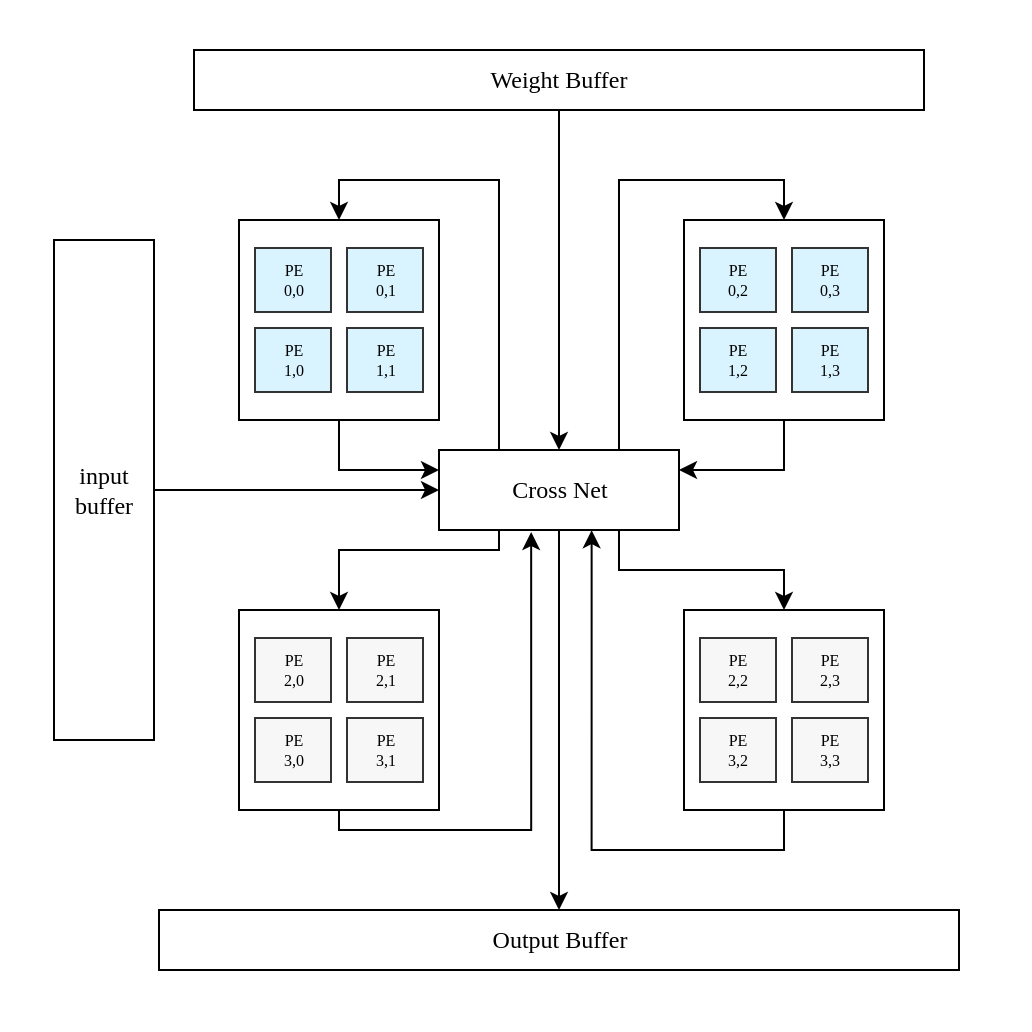
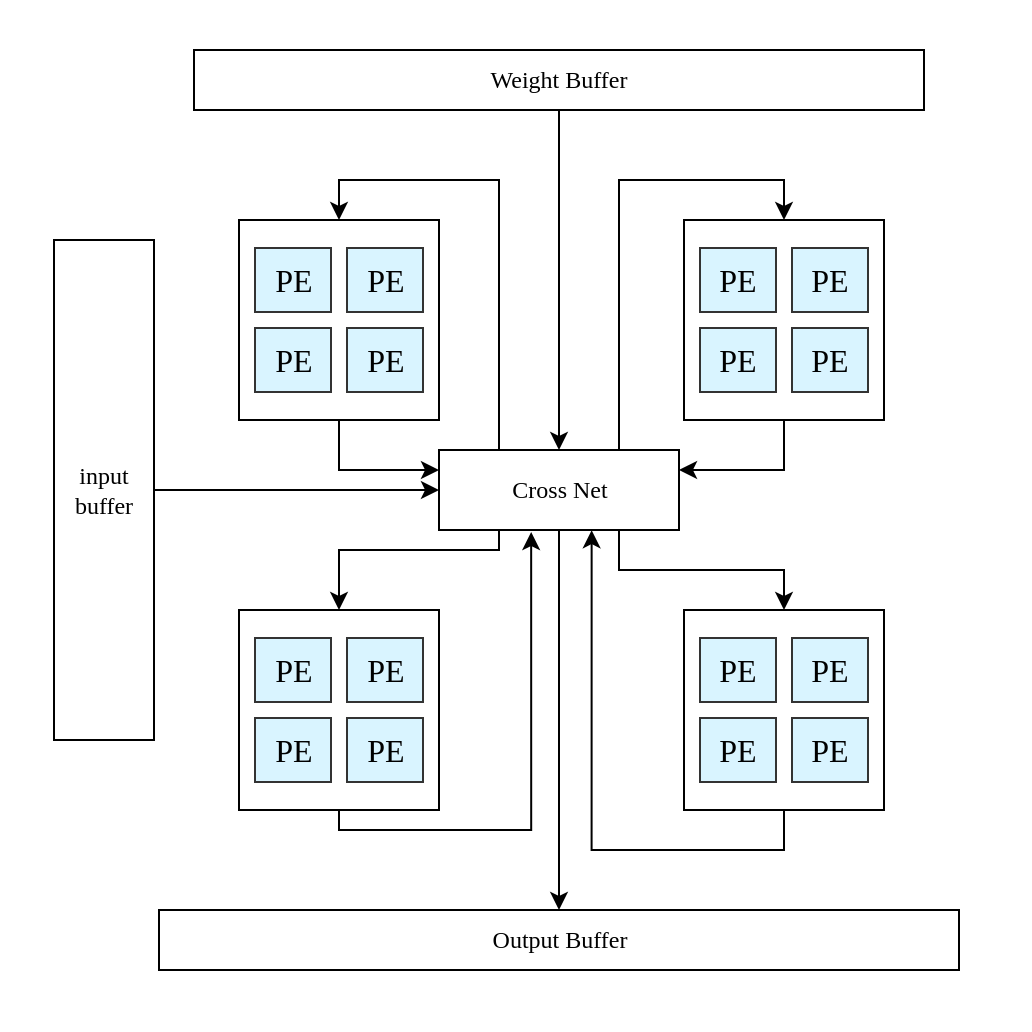
<mxfile host="app.diagrams.net">
  <diagram name="第 1 页" id="_HFZSgSbPxxRi5PtDGJk">
    <mxGraphModel dx="1407" dy="757" grid="1" gridSize="10" guides="1" tooltips="1" connect="1" arrows="1" fold="1" page="1" pageScale="1" pageWidth="827" pageHeight="1169" math="0" shadow="0">
      <root>
        <mxCell id="0" />
        <mxCell id="1" parent="0" />
        <mxCell id="C5uv6ifoiG0SLIn9MVDx-45" parent="1" style="whiteSpace=wrap;html=1;aspect=fixed;strokeColor=none;fontFamily=Times New Roman;" value="" vertex="1">
          <mxGeometry height="515" width="515" x="273" y="165" as="geometry" />
        </mxCell>
        <mxCell id="C5uv6ifoiG0SLIn9MVDx-1" connectable="0" parent="1" style="group;fontFamily=Times New Roman;" value="" vertex="1">
          <mxGeometry height="100" width="100" x="615" y="275" as="geometry" />
        </mxCell>
        <mxCell id="C5uv6ifoiG0SLIn9MVDx-2" parent="C5uv6ifoiG0SLIn9MVDx-1" style="whiteSpace=wrap;html=1;aspect=fixed;fontFamily=Times New Roman;" value="" vertex="1">
          <mxGeometry height="100" width="100" as="geometry" />
        </mxCell>
        <mxCell id="C5uv6ifoiG0SLIn9MVDx-3" connectable="0" parent="C5uv6ifoiG0SLIn9MVDx-1" style="group;fontFamily=Times New Roman;" value="" vertex="1">
          <mxGeometry height="72" width="84" x="8" y="14" as="geometry" />
        </mxCell>
-         <mxCell id="C5uv6ifoiG0SLIn9MVDx-4" parent="C5uv6ifoiG0SLIn9MVDx-3" style="whiteSpace=wrap;html=1;fillColor=#D9F4FF;strokeColor=#333333;strokeWidth=1;fontSize=8;fontStyle=0;rounded=0;fontFamily=Times New Roman;" value="PE&lt;br&gt;0,2" vertex="1">
+         <mxCell id="C5uv6ifoiG0SLIn9MVDx-4" parent="C5uv6ifoiG0SLIn9MVDx-3" style="whiteSpace=wrap;html=1;fillColor=#D9F4FF;strokeColor=#333333;strokeWidth=1;fontSize=8;fontStyle=0;rounded=0;fontFamily=Times New Roman;" value="&lt;span style=&quot;font-size: 16px;&quot;&gt;PE&lt;/span&gt;" vertex="1">
          <mxGeometry height="32" width="38" as="geometry" />
        </mxCell>
-         <mxCell id="C5uv6ifoiG0SLIn9MVDx-5" parent="C5uv6ifoiG0SLIn9MVDx-3" style="whiteSpace=wrap;html=1;fillColor=#D9F4FF;strokeColor=#333333;strokeWidth=1;fontSize=8;fontStyle=0;rounded=0;fontFamily=Times New Roman;" value="PE&lt;br&gt;0,3" vertex="1">
+         <mxCell id="C5uv6ifoiG0SLIn9MVDx-5" parent="C5uv6ifoiG0SLIn9MVDx-3" style="whiteSpace=wrap;html=1;fillColor=#D9F4FF;strokeColor=#333333;strokeWidth=1;fontSize=8;fontStyle=0;rounded=0;fontFamily=Times New Roman;" value="&lt;span style=&quot;font-size: 16px;&quot;&gt;PE&lt;/span&gt;" vertex="1">
          <mxGeometry height="32" width="38" x="46" as="geometry" />
        </mxCell>
-         <mxCell id="C5uv6ifoiG0SLIn9MVDx-6" parent="C5uv6ifoiG0SLIn9MVDx-3" style="whiteSpace=wrap;html=1;fillColor=#D9F4FF;strokeColor=#333333;strokeWidth=1;fontSize=8;fontStyle=0;rounded=0;fontFamily=Times New Roman;" value="PE&lt;br&gt;1,2" vertex="1">
+         <mxCell id="C5uv6ifoiG0SLIn9MVDx-6" parent="C5uv6ifoiG0SLIn9MVDx-3" style="whiteSpace=wrap;html=1;fillColor=#D9F4FF;strokeColor=#333333;strokeWidth=1;fontSize=8;fontStyle=0;rounded=0;fontFamily=Times New Roman;" value="&lt;span style=&quot;font-size: 16px;&quot;&gt;PE&lt;/span&gt;" vertex="1">
          <mxGeometry height="32" width="38" y="40" as="geometry" />
        </mxCell>
-         <mxCell id="C5uv6ifoiG0SLIn9MVDx-7" parent="C5uv6ifoiG0SLIn9MVDx-3" style="whiteSpace=wrap;html=1;fillColor=#D9F4FF;strokeColor=#333333;strokeWidth=1;fontSize=8;fontStyle=0;rounded=0;fontFamily=Times New Roman;" value="PE&lt;br&gt;1,3" vertex="1">
+         <mxCell id="C5uv6ifoiG0SLIn9MVDx-7" parent="C5uv6ifoiG0SLIn9MVDx-3" style="whiteSpace=wrap;html=1;fillColor=#D9F4FF;strokeColor=#333333;strokeWidth=1;fontSize=8;fontStyle=0;rounded=0;fontFamily=Times New Roman;" value="&lt;span style=&quot;font-size: 16px;&quot;&gt;PE&lt;/span&gt;" vertex="1">
          <mxGeometry height="32" width="38" x="46" y="40" as="geometry" />
        </mxCell>
        <mxCell id="C5uv6ifoiG0SLIn9MVDx-8" connectable="0" parent="1" style="group;fontFamily=Times New Roman;" value="" vertex="1">
          <mxGeometry height="100" width="100" x="392.5" y="275" as="geometry" />
        </mxCell>
        <mxCell id="C5uv6ifoiG0SLIn9MVDx-9" parent="C5uv6ifoiG0SLIn9MVDx-8" style="whiteSpace=wrap;html=1;aspect=fixed;fontFamily=Times New Roman;" value="" vertex="1">
          <mxGeometry height="100" width="100" as="geometry" />
        </mxCell>
        <mxCell id="C5uv6ifoiG0SLIn9MVDx-10" connectable="0" parent="C5uv6ifoiG0SLIn9MVDx-8" style="group;fontFamily=Times New Roman;" value="" vertex="1">
          <mxGeometry height="72" width="84" x="8" y="14" as="geometry" />
        </mxCell>
-         <mxCell id="C5uv6ifoiG0SLIn9MVDx-11" parent="C5uv6ifoiG0SLIn9MVDx-10" style="whiteSpace=wrap;html=1;fillColor=#D9F4FF;strokeColor=#333333;strokeWidth=1;fontSize=8;fontStyle=0;rounded=0;fontFamily=Times New Roman;" value="PE&lt;br&gt;0,0" vertex="1">
+         <mxCell id="C5uv6ifoiG0SLIn9MVDx-11" parent="C5uv6ifoiG0SLIn9MVDx-10" style="whiteSpace=wrap;html=1;fillColor=#D9F4FF;strokeColor=#333333;strokeWidth=1;fontSize=8;fontStyle=0;rounded=0;fontFamily=Times New Roman;" value="&lt;span style=&quot;font-size: 16px;&quot;&gt;PE&lt;/span&gt;" vertex="1">
          <mxGeometry height="32" width="38" as="geometry" />
        </mxCell>
-         <mxCell id="C5uv6ifoiG0SLIn9MVDx-12" parent="C5uv6ifoiG0SLIn9MVDx-10" style="whiteSpace=wrap;html=1;fillColor=#D9F4FF;strokeColor=#333333;strokeWidth=1;fontSize=8;fontStyle=0;rounded=0;fontFamily=Times New Roman;" value="PE&lt;br&gt;0,1" vertex="1">
+         <mxCell id="C5uv6ifoiG0SLIn9MVDx-12" parent="C5uv6ifoiG0SLIn9MVDx-10" style="whiteSpace=wrap;html=1;fillColor=#D9F4FF;strokeColor=#333333;strokeWidth=1;fontSize=8;fontStyle=0;rounded=0;fontFamily=Times New Roman;" value="&lt;span style=&quot;font-size: 16px;&quot;&gt;PE&lt;/span&gt;" vertex="1">
          <mxGeometry height="32" width="38" x="46" as="geometry" />
        </mxCell>
-         <mxCell id="C5uv6ifoiG0SLIn9MVDx-13" parent="C5uv6ifoiG0SLIn9MVDx-10" style="whiteSpace=wrap;html=1;fillColor=#D9F4FF;strokeColor=#333333;strokeWidth=1;fontSize=8;fontStyle=0;rounded=0;fontFamily=Times New Roman;" value="PE&lt;br&gt;1,0" vertex="1">
+         <mxCell id="C5uv6ifoiG0SLIn9MVDx-13" parent="C5uv6ifoiG0SLIn9MVDx-10" style="whiteSpace=wrap;html=1;fillColor=#D9F4FF;strokeColor=#333333;strokeWidth=1;fontSize=8;fontStyle=0;rounded=0;fontFamily=Times New Roman;" value="&lt;span style=&quot;font-size: 16px;&quot;&gt;PE&lt;/span&gt;" vertex="1">
          <mxGeometry height="32" width="38" y="40" as="geometry" />
        </mxCell>
-         <mxCell id="C5uv6ifoiG0SLIn9MVDx-14" parent="C5uv6ifoiG0SLIn9MVDx-10" style="whiteSpace=wrap;html=1;fillColor=#D9F4FF;strokeColor=#333333;strokeWidth=1;fontSize=8;fontStyle=0;rounded=0;fontFamily=Times New Roman;" value="PE&lt;br&gt;1,1" vertex="1">
-           <mxGeometry height="32" width="38" x="46" y="40" as="geometry" />
-         </mxCell>
-         <mxCell id="C5uv6ifoiG0SLIn9MVDx-15" connectable="0" parent="1" style="group;fontFamily=Times New Roman;" value="" vertex="1">
-           <mxGeometry height="100" width="100" x="392.5" y="470" as="geometry" />
-         </mxCell>
-         <mxCell id="C5uv6ifoiG0SLIn9MVDx-16" parent="C5uv6ifoiG0SLIn9MVDx-15" style="whiteSpace=wrap;html=1;aspect=fixed;fontFamily=Times New Roman;" value="" vertex="1">
-           <mxGeometry height="100" width="100" as="geometry" />
-         </mxCell>
-         <mxCell id="C5uv6ifoiG0SLIn9MVDx-17" connectable="0" parent="C5uv6ifoiG0SLIn9MVDx-15" style="group;fontFamily=Times New Roman;" value="" vertex="1">
-           <mxGeometry height="72" width="84" x="8" y="14" as="geometry" />
-         </mxCell>
-         <mxCell id="C5uv6ifoiG0SLIn9MVDx-18" parent="C5uv6ifoiG0SLIn9MVDx-17" style="whiteSpace=wrap;html=1;fillColor=#F7F7F7;strokeColor=#333333;strokeWidth=1;fontSize=8;fontStyle=0;rounded=0;fontFamily=Times New Roman;" value="PE&lt;br&gt;2,0" vertex="1">
-           <mxGeometry height="32" width="38" as="geometry" />
-         </mxCell>
-         <mxCell id="C5uv6ifoiG0SLIn9MVDx-19" parent="C5uv6ifoiG0SLIn9MVDx-17" style="whiteSpace=wrap;html=1;fillColor=#F7F7F7;strokeColor=#333333;strokeWidth=1;fontSize=8;fontStyle=0;rounded=0;fontFamily=Times New Roman;" value="PE&lt;br&gt;2,1" vertex="1">
-           <mxGeometry height="32" width="38" x="46" as="geometry" />
-         </mxCell>
-         <mxCell id="C5uv6ifoiG0SLIn9MVDx-20" parent="C5uv6ifoiG0SLIn9MVDx-17" style="whiteSpace=wrap;html=1;fillColor=#F7F7F7;strokeColor=#333333;strokeWidth=1;fontSize=8;fontStyle=0;rounded=0;fontFamily=Times New Roman;" value="PE&lt;br&gt;3,0" vertex="1">
-           <mxGeometry height="32" width="38" y="40" as="geometry" />
-         </mxCell>
-         <mxCell id="C5uv6ifoiG0SLIn9MVDx-21" parent="C5uv6ifoiG0SLIn9MVDx-17" style="whiteSpace=wrap;html=1;fillColor=#F7F7F7;strokeColor=#333333;strokeWidth=1;fontSize=8;fontStyle=0;rounded=0;fontFamily=Times New Roman;" value="PE&lt;br&gt;3,1" vertex="1">
-           <mxGeometry height="32" width="38" x="46" y="40" as="geometry" />
-         </mxCell>
-         <mxCell id="C5uv6ifoiG0SLIn9MVDx-22" connectable="0" parent="1" style="group;fontFamily=Times New Roman;" value="" vertex="1">
-           <mxGeometry height="100" width="100" x="615" y="470" as="geometry" />
-         </mxCell>
-         <mxCell id="C5uv6ifoiG0SLIn9MVDx-23" parent="C5uv6ifoiG0SLIn9MVDx-22" style="whiteSpace=wrap;html=1;aspect=fixed;fontFamily=Times New Roman;" value="" vertex="1">
-           <mxGeometry height="100" width="100" as="geometry" />
-         </mxCell>
-         <mxCell id="C5uv6ifoiG0SLIn9MVDx-24" connectable="0" parent="C5uv6ifoiG0SLIn9MVDx-22" style="group;fontFamily=Times New Roman;" value="" vertex="1">
-           <mxGeometry height="72" width="84" x="8" y="14" as="geometry" />
-         </mxCell>
-         <mxCell id="C5uv6ifoiG0SLIn9MVDx-25" parent="C5uv6ifoiG0SLIn9MVDx-24" style="whiteSpace=wrap;html=1;fillColor=#F7F7F7;strokeColor=#333333;strokeWidth=1;fontSize=8;fontStyle=0;rounded=0;fontFamily=Times New Roman;" value="PE&lt;br&gt;2,2" vertex="1">
-           <mxGeometry height="32" width="38" as="geometry" />
-         </mxCell>
-         <mxCell id="C5uv6ifoiG0SLIn9MVDx-26" parent="C5uv6ifoiG0SLIn9MVDx-24" style="whiteSpace=wrap;html=1;fillColor=#F7F7F7;strokeColor=#333333;strokeWidth=1;fontSize=8;fontStyle=0;rounded=0;fontFamily=Times New Roman;" value="PE&lt;br&gt;2,3" vertex="1">
-           <mxGeometry height="32" width="38" x="46" as="geometry" />
-         </mxCell>
-         <mxCell id="C5uv6ifoiG0SLIn9MVDx-27" parent="C5uv6ifoiG0SLIn9MVDx-24" style="whiteSpace=wrap;html=1;fillColor=#F7F7F7;strokeColor=#333333;strokeWidth=1;fontSize=8;fontStyle=0;rounded=0;fontFamily=Times New Roman;" value="PE&lt;br&gt;3,2" vertex="1">
-           <mxGeometry height="32" width="38" y="40" as="geometry" />
-         </mxCell>
-         <mxCell id="C5uv6ifoiG0SLIn9MVDx-28" parent="C5uv6ifoiG0SLIn9MVDx-24" style="whiteSpace=wrap;html=1;fillColor=#F7F7F7;strokeColor=#333333;strokeWidth=1;fontSize=8;fontStyle=0;rounded=0;fontFamily=Times New Roman;" value="PE&lt;br&gt;3,3" vertex="1">
+         <mxCell id="C5uv6ifoiG0SLIn9MVDx-14" parent="C5uv6ifoiG0SLIn9MVDx-10" style="whiteSpace=wrap;html=1;fillColor=#D9F4FF;strokeColor=#333333;strokeWidth=1;fontSize=8;fontStyle=0;rounded=0;fontFamily=Times New Roman;" value="&lt;span style=&quot;font-size: 16px;&quot;&gt;PE&lt;/span&gt;" vertex="1">
          <mxGeometry height="32" width="38" x="46" y="40" as="geometry" />
        </mxCell>
        <mxCell id="C5uv6ifoiG0SLIn9MVDx-29" edge="1" parent="1" source="C5uv6ifoiG0SLIn9MVDx-30" style="edgeStyle=orthogonalEdgeStyle;rounded=0;orthogonalLoop=1;jettySize=auto;html=1;entryX=0;entryY=0.5;entryDx=0;entryDy=0;strokeColor=#000000;fontFamily=Times New Roman;" target="C5uv6ifoiG0SLIn9MVDx-38">
          <mxGeometry relative="1" as="geometry" />
        </mxCell>
        <mxCell id="C5uv6ifoiG0SLIn9MVDx-30" parent="1" style="rounded=0;whiteSpace=wrap;html=1;fontFamily=Times New Roman;" value="input buffer" vertex="1">
          <mxGeometry height="250" width="50" x="300" y="285" as="geometry" />
        </mxCell>
        <mxCell id="C5uv6ifoiG0SLIn9MVDx-31" edge="1" parent="1" source="C5uv6ifoiG0SLIn9MVDx-32" style="edgeStyle=orthogonalEdgeStyle;rounded=0;orthogonalLoop=1;jettySize=auto;html=1;entryX=0.5;entryY=0;entryDx=0;entryDy=0;fontFamily=Times New Roman;" target="C5uv6ifoiG0SLIn9MVDx-38">
          <mxGeometry relative="1" as="geometry" />
        </mxCell>
        <mxCell id="C5uv6ifoiG0SLIn9MVDx-32" parent="1" style="rounded=0;whiteSpace=wrap;html=1;fontFamily=Times New Roman;" value="Weight Buffer" vertex="1">
          <mxGeometry height="30" width="365" x="370" y="190" as="geometry" />
        </mxCell>
        <mxCell id="C5uv6ifoiG0SLIn9MVDx-33" edge="1" parent="1" source="C5uv6ifoiG0SLIn9MVDx-38" style="edgeStyle=orthogonalEdgeStyle;rounded=0;orthogonalLoop=1;jettySize=auto;html=1;exitX=0.25;exitY=1;exitDx=0;exitDy=0;entryX=0.5;entryY=0;entryDx=0;entryDy=0;strokeColor=#000000;fontFamily=Times New Roman;" target="C5uv6ifoiG0SLIn9MVDx-16">
          <mxGeometry relative="1" as="geometry">
            <Array as="points">
              <mxPoint x="518" y="440" />
              <mxPoint x="445" y="440" />
            </Array>
          </mxGeometry>
        </mxCell>
        <mxCell id="C5uv6ifoiG0SLIn9MVDx-34" edge="1" parent="1" source="C5uv6ifoiG0SLIn9MVDx-38" style="edgeStyle=orthogonalEdgeStyle;rounded=0;orthogonalLoop=1;jettySize=auto;html=1;entryX=0.5;entryY=0;entryDx=0;entryDy=0;fontFamily=Times New Roman;" target="C5uv6ifoiG0SLIn9MVDx-39">
          <mxGeometry relative="1" as="geometry" />
        </mxCell>
        <mxCell id="C5uv6ifoiG0SLIn9MVDx-35" edge="1" parent="1" source="C5uv6ifoiG0SLIn9MVDx-38" style="edgeStyle=orthogonalEdgeStyle;rounded=0;orthogonalLoop=1;jettySize=auto;html=1;exitX=0.25;exitY=0;exitDx=0;exitDy=0;entryX=0.5;entryY=0;entryDx=0;entryDy=0;strokeColor=#000000;fontFamily=Times New Roman;" target="C5uv6ifoiG0SLIn9MVDx-9">
          <mxGeometry relative="1" as="geometry" />
        </mxCell>
        <mxCell id="C5uv6ifoiG0SLIn9MVDx-36" edge="1" parent="1" source="C5uv6ifoiG0SLIn9MVDx-38" style="edgeStyle=orthogonalEdgeStyle;rounded=0;orthogonalLoop=1;jettySize=auto;html=1;exitX=0.75;exitY=0;exitDx=0;exitDy=0;entryX=0.5;entryY=0;entryDx=0;entryDy=0;fontFamily=Times New Roman;" target="C5uv6ifoiG0SLIn9MVDx-2">
          <mxGeometry relative="1" as="geometry" />
        </mxCell>
        <mxCell id="C5uv6ifoiG0SLIn9MVDx-37" edge="1" parent="1" source="C5uv6ifoiG0SLIn9MVDx-38" style="edgeStyle=orthogonalEdgeStyle;rounded=0;orthogonalLoop=1;jettySize=auto;html=1;exitX=0.75;exitY=1;exitDx=0;exitDy=0;entryX=0.5;entryY=0;entryDx=0;entryDy=0;fontFamily=Times New Roman;" target="C5uv6ifoiG0SLIn9MVDx-23">
          <mxGeometry relative="1" as="geometry" />
        </mxCell>
        <mxCell id="C5uv6ifoiG0SLIn9MVDx-38" parent="1" style="rounded=0;whiteSpace=wrap;html=1;movable=1;resizable=1;rotatable=1;deletable=1;editable=1;locked=0;connectable=1;fontFamily=Times New Roman;" value="Cross Net" vertex="1">
          <mxGeometry height="40" width="120" x="492.5" y="390" as="geometry" />
        </mxCell>
        <mxCell id="C5uv6ifoiG0SLIn9MVDx-39" parent="1" style="rounded=0;whiteSpace=wrap;html=1;fontFamily=Times New Roman;" value="Output Buffer" vertex="1">
          <mxGeometry height="30" width="400" x="352.5" y="620" as="geometry" />
        </mxCell>
        <mxCell id="C5uv6ifoiG0SLIn9MVDx-40" edge="1" parent="1" source="C5uv6ifoiG0SLIn9MVDx-9" style="edgeStyle=orthogonalEdgeStyle;rounded=0;orthogonalLoop=1;jettySize=auto;html=1;exitX=0.5;exitY=1;exitDx=0;exitDy=0;entryX=0;entryY=0.25;entryDx=0;entryDy=0;fontFamily=Times New Roman;" target="C5uv6ifoiG0SLIn9MVDx-38">
          <mxGeometry relative="1" as="geometry" />
        </mxCell>
        <mxCell id="C5uv6ifoiG0SLIn9MVDx-41" edge="1" parent="1" source="C5uv6ifoiG0SLIn9MVDx-2" style="edgeStyle=orthogonalEdgeStyle;rounded=0;orthogonalLoop=1;jettySize=auto;html=1;exitX=0.5;exitY=1;exitDx=0;exitDy=0;entryX=1;entryY=0.25;entryDx=0;entryDy=0;fontFamily=Times New Roman;" target="C5uv6ifoiG0SLIn9MVDx-38">
          <mxGeometry relative="1" as="geometry" />
        </mxCell>
        <mxCell id="C5uv6ifoiG0SLIn9MVDx-42" edge="1" parent="1" source="C5uv6ifoiG0SLIn9MVDx-16" style="edgeStyle=orthogonalEdgeStyle;rounded=0;orthogonalLoop=1;jettySize=auto;html=1;exitX=0.5;exitY=1;exitDx=0;exitDy=0;entryX=0.384;entryY=1.025;entryDx=0;entryDy=0;entryPerimeter=0;fontFamily=Times New Roman;" target="C5uv6ifoiG0SLIn9MVDx-38">
          <mxGeometry relative="1" as="geometry">
            <Array as="points">
              <mxPoint x="443" y="580" />
              <mxPoint x="539" y="580" />
            </Array>
          </mxGeometry>
        </mxCell>
        <mxCell id="C5uv6ifoiG0SLIn9MVDx-43" edge="1" parent="1" source="C5uv6ifoiG0SLIn9MVDx-23" style="edgeStyle=orthogonalEdgeStyle;rounded=0;orthogonalLoop=1;jettySize=auto;html=1;exitX=0.5;exitY=1;exitDx=0;exitDy=0;entryX=0.636;entryY=1.003;entryDx=0;entryDy=0;entryPerimeter=0;fontFamily=Times New Roman;" target="C5uv6ifoiG0SLIn9MVDx-38">
          <mxGeometry relative="1" as="geometry" />
        </mxCell>
+         <mxCell id="C5uv6ifoiG0SLIn9MVDx-23" parent="1" style="whiteSpace=wrap;html=1;aspect=fixed;fontFamily=Times New Roman;" value="" vertex="1">
+           <mxGeometry height="100" width="100" x="615" y="470" as="geometry" />
+         </mxCell>
+         <mxCell id="C5uv6ifoiG0SLIn9MVDx-16" parent="1" style="whiteSpace=wrap;html=1;aspect=fixed;fontFamily=Times New Roman;" value="" vertex="1">
+           <mxGeometry height="100" width="100" x="392.5" y="470" as="geometry" />
+         </mxCell>
+         <mxCell id="C5uv6ifoiG0SLIn9MVDx-25" parent="1" style="whiteSpace=wrap;html=1;fillColor=#D9F4FF;strokeColor=#333333;strokeWidth=1;fontSize=8;fontStyle=0;rounded=0;fontFamily=Times New Roman;" value="&lt;span style=&quot;font-size: 16px;&quot;&gt;PE&lt;/span&gt;" vertex="1">
+           <mxGeometry height="32" width="38" x="623" y="484" as="geometry" />
+         </mxCell>
+         <mxCell id="C5uv6ifoiG0SLIn9MVDx-26" parent="1" style="whiteSpace=wrap;html=1;fillColor=light-dark(#d9f4ff, #191919);strokeColor=#333333;strokeWidth=1;fontSize=8;fontStyle=0;rounded=0;fontFamily=Times New Roman;" value="&lt;span style=&quot;font-size: 16px;&quot;&gt;PE&lt;/span&gt;" vertex="1">
+           <mxGeometry height="32" width="38" x="669" y="484" as="geometry" />
+         </mxCell>
+         <mxCell id="C5uv6ifoiG0SLIn9MVDx-27" parent="1" style="whiteSpace=wrap;html=1;fillColor=#D9F4FF;strokeColor=#333333;strokeWidth=1;fontSize=8;fontStyle=0;rounded=0;fontFamily=Times New Roman;" value="&lt;span style=&quot;font-size: 16px;&quot;&gt;PE&lt;/span&gt;" vertex="1">
+           <mxGeometry height="32" width="38" x="623" y="524" as="geometry" />
+         </mxCell>
+         <mxCell id="C5uv6ifoiG0SLIn9MVDx-28" parent="1" style="whiteSpace=wrap;html=1;fillColor=light-dark(#d9f4ff, #191919);strokeColor=#333333;strokeWidth=1;fontSize=8;fontStyle=0;rounded=0;fontFamily=Times New Roman;" value="&lt;span style=&quot;font-size: 16px;&quot;&gt;PE&lt;/span&gt;" vertex="1">
+           <mxGeometry height="32" width="38" x="669" y="524" as="geometry" />
+         </mxCell>
+         <mxCell id="C5uv6ifoiG0SLIn9MVDx-18" parent="1" style="whiteSpace=wrap;html=1;fillColor=#D9F4FF;strokeColor=#333333;strokeWidth=1;fontSize=8;fontStyle=0;rounded=0;fontFamily=Times New Roman;" value="&lt;span style=&quot;font-size: 16px;&quot;&gt;PE&lt;/span&gt;" vertex="1">
+           <mxGeometry height="32" width="38" x="400.5" y="484" as="geometry" />
+         </mxCell>
+         <mxCell id="C5uv6ifoiG0SLIn9MVDx-19" parent="1" style="whiteSpace=wrap;html=1;fillColor=#D9F4FF;strokeColor=#333333;strokeWidth=1;fontSize=8;fontStyle=0;rounded=0;fontFamily=Times New Roman;" value="&lt;span style=&quot;font-size: 16px;&quot;&gt;PE&lt;/span&gt;" vertex="1">
+           <mxGeometry height="32" width="38" x="446.5" y="484" as="geometry" />
+         </mxCell>
+         <mxCell id="C5uv6ifoiG0SLIn9MVDx-20" parent="1" style="whiteSpace=wrap;html=1;fillColor=#D9F4FF;strokeColor=#333333;strokeWidth=1;fontSize=8;fontStyle=0;rounded=0;fontFamily=Times New Roman;" value="&lt;span style=&quot;font-size: 16px;&quot;&gt;PE&lt;/span&gt;" vertex="1">
+           <mxGeometry height="32" width="38" x="400.5" y="524" as="geometry" />
+         </mxCell>
+         <mxCell id="C5uv6ifoiG0SLIn9MVDx-21" parent="1" style="whiteSpace=wrap;html=1;fillColor=#D9F4FF;strokeColor=#333333;strokeWidth=1;fontSize=8;fontStyle=0;rounded=0;fontFamily=Times New Roman;" value="&lt;span style=&quot;font-size: 16px;&quot;&gt;PE&lt;/span&gt;" vertex="1">
+           <mxGeometry height="32" width="38" x="446.5" y="524" as="geometry" />
+         </mxCell>
      </root>
    </mxGraphModel>
  </diagram>
</mxfile>
